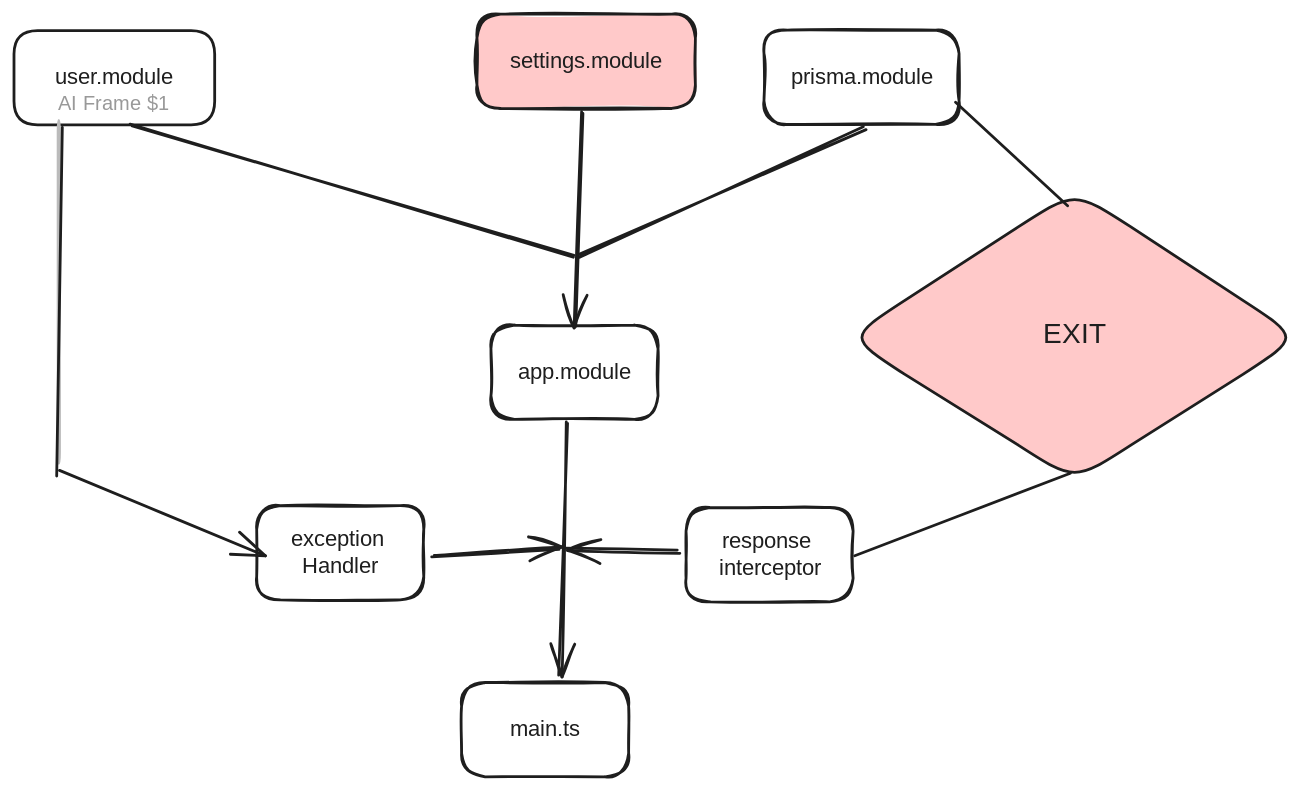
The Excalidraw diagram apps/sample/docs/flowgrams/workflow.excalidraw.svg in rumsan/libraries, before a commit. Source tidied: one line per element, renumbered; positions are measured from the earlier drawing's top-left corner, leaving out a move shared by most shapes. Source of this version:
```json
{"id": 0, "type": "rectangle", "strokeColor": "#1e1e1e", "strokeWidth": 2, "roughness": 0, "round": true, "x": 0, "y": 12, "width": 143, "height": 67}
{"id": 1, "type": "text", "text": "user.module", "strokeColor": "#1e1e1e", "strokeWidth": 2, "roughness": 1, "fontSize": 16, "fontFamily": 3, "textAlign": "center", "verticalAlign": "middle", "inside": 0, "x": 29, "y": 36, "width": 86, "height": 19}
{"id": 2, "type": "rectangle", "strokeColor": "#1e1e1e", "strokeWidth": 2, "roughness": 1, "round": true, "x": 320, "y": 477, "width": 119, "height": 67}
{"id": 3, "type": "text", "text": "main.ts", "strokeColor": "#1e1e1e", "strokeWidth": 2, "roughness": 1, "fontSize": 16, "fontFamily": 3, "textAlign": "center", "verticalAlign": "middle", "inside": 2, "x": 354, "y": 501, "width": 51, "height": 19}
{"id": 4, "type": "rectangle", "strokeColor": "#1e1e1e", "strokeWidth": 2, "roughness": 1, "round": true, "x": 341, "y": 222, "width": 119, "height": 67}
{"id": 5, "type": "text", "text": "app.module", "strokeColor": "#1e1e1e", "strokeWidth": 2, "roughness": 1, "fontSize": 16, "fontFamily": 3, "textAlign": "center", "verticalAlign": "middle", "inside": 4, "x": 358, "y": 246, "width": 84, "height": 19}
{"id": 6, "type": "rectangle", "strokeColor": "#1e1e1e", "strokeWidth": 2, "roughness": 1, "round": true, "x": 480, "y": 352, "width": 119, "height": 67}
{"id": 7, "type": "text", "text": "response \ninterceptor", "strokeColor": "#1e1e1e", "strokeWidth": 2, "roughness": 1, "fontSize": 16, "fontFamily": 3, "textAlign": "center", "verticalAlign": "middle", "inside": 6, "x": 501, "y": 367, "width": 77, "height": 38}
{"id": 8, "type": "rectangle", "strokeColor": "#1e1e1e", "strokeWidth": 2, "roughness": 1, "round": true, "x": 173, "y": 351, "width": 119, "height": 67}
{"id": 9, "type": "text", "text": "exception \nHandler", "strokeColor": "#1e1e1e", "strokeWidth": 2, "roughness": 1, "fontSize": 16, "fontFamily": 3, "textAlign": "center", "verticalAlign": "middle", "inside": 8, "x": 197, "y": 365, "width": 73, "height": 38}
{"id": 10, "type": "rectangle", "strokeColor": "#1e1e1e", "backgroundColor": "#ffc9c9", "fillStyle": "solid", "strokeWidth": 2, "roughness": 1, "round": true, "x": 331, "y": 0, "width": 156, "height": 67}
{"id": 11, "type": "text", "text": "settings.module", "strokeColor": "#1e1e1e", "strokeWidth": 2, "roughness": 1, "fontSize": 16, "fontFamily": 3, "textAlign": "center", "verticalAlign": "middle", "inside": 10, "x": 338, "y": 24, "width": 141, "height": 19}
{"id": 12, "type": "rectangle", "strokeColor": "#1e1e1e", "strokeWidth": 2, "roughness": 1, "round": true, "x": 536, "y": 11, "width": 139, "height": 67}
{"id": 13, "type": "text", "text": "prisma.module", "strokeColor": "#1e1e1e", "strokeWidth": 2, "roughness": 1, "fontSize": 16, "fontFamily": 3, "textAlign": "center", "verticalAlign": "middle", "inside": 12, "x": 553, "y": 35, "width": 105, "height": 19}
{"id": 14, "type": "arrow", "strokeColor": "#1e1e1e", "strokeWidth": 2, "roughness": 1, "round": true, "from": 0, "x": 85, "y": 80, "width": 314, "height": 92, "points": [[0, 0], [314, 92]]}
{"id": 15, "type": "arrow", "strokeColor": "#1e1e1e", "strokeWidth": 2, "roughness": 1, "endArrowhead": "arrow", "round": true, "from": 10, "x": 405, "y": 71, "width": 4, "height": 153, "points": [[0, 0], [-4, 153]]}
{"id": 16, "type": "arrow", "strokeColor": "#1e1e1e", "strokeWidth": 2, "roughness": 1, "round": true, "from": 12, "x": 607, "y": 81, "width": 204, "height": 92, "points": [[0, 0], [-204, 92]]}
{"id": 17, "type": "arrow", "strokeColor": "#1e1e1e", "strokeWidth": 2, "roughness": 1, "endArrowhead": "arrow", "round": true, "from": 4, "to": 2, "x": 394, "y": 292, "width": 5, "height": 181, "points": [[0, 0], [-5, 181]]}
{"id": 18, "type": "arrow", "strokeColor": "#1e1e1e", "strokeWidth": 2, "roughness": 1, "endArrowhead": "arrow", "round": true, "from": 6, "x": 474, "y": 383, "width": 81, "height": 2, "points": [[0, 0], [-81, -2]]}
{"id": 19, "type": "arrow", "strokeColor": "#1e1e1e", "strokeWidth": 2, "roughness": 1, "endArrowhead": "arrow", "round": true, "from": 8, "x": 299, "y": 388, "width": 91, "height": 6, "points": [[0, 0], [91, -6]]}
{"id": 20, "type": "diamond", "strokeColor": "#1e1e1e", "backgroundColor": "#ffc9c9", "fillStyle": "solid", "strokeWidth": 2, "roughness": 0, "round": true, "x": 596, "y": 126, "width": 323, "height": 208}
{"id": 21, "type": "magicframe", "strokeColor": "#bbb", "strokeWidth": 2, "roughness": 0, "x": 32, "y": 76, "width": 1, "height": 245}
{"id": 22, "type": "arrow", "strokeColor": "#1e1e1e", "backgroundColor": "#ffc9c9", "fillStyle": "solid", "strokeWidth": 2, "roughness": 0, "endArrowhead": "arrow", "round": true, "from": 21, "x": 33, "y": 326, "width": 147, "height": 61, "points": [[0, 0], [147, 61]]}
{"id": 23, "type": "text", "text": "EXIT", "strokeColor": "#1e1e1e", "backgroundColor": "#ffc9c9", "fillStyle": "solid", "strokeWidth": 2, "roughness": 0, "fontSize": 20, "fontFamily": 1, "textAlign": "center", "verticalAlign": "middle", "inside": 20, "x": 731, "y": 217, "width": 52, "height": 25}
{"id": 24, "type": "line", "strokeColor": "#1e1e1e", "backgroundColor": "#ffc9c9", "fillStyle": "solid", "strokeWidth": 2, "roughness": 0, "round": true, "x": 673, "y": 63, "width": 80, "height": 74, "points": [[0, 0], [80, 74]]}
{"id": 25, "type": "line", "strokeColor": "#1e1e1e", "backgroundColor": "#ffc9c9", "fillStyle": "solid", "strokeWidth": 2, "roughness": 0, "round": true, "x": 755, "y": 328, "width": 154, "height": 59, "points": [[0, 0], [-154, 59]]}
{"id": 26, "type": "line", "strokeColor": "#1e1e1e", "backgroundColor": "#ffc9c9", "fillStyle": "solid", "strokeWidth": 2, "roughness": 0, "round": true, "x": 35, "y": 81, "width": 4, "height": 249, "points": [[0, 0], [-4, 249]]}
```
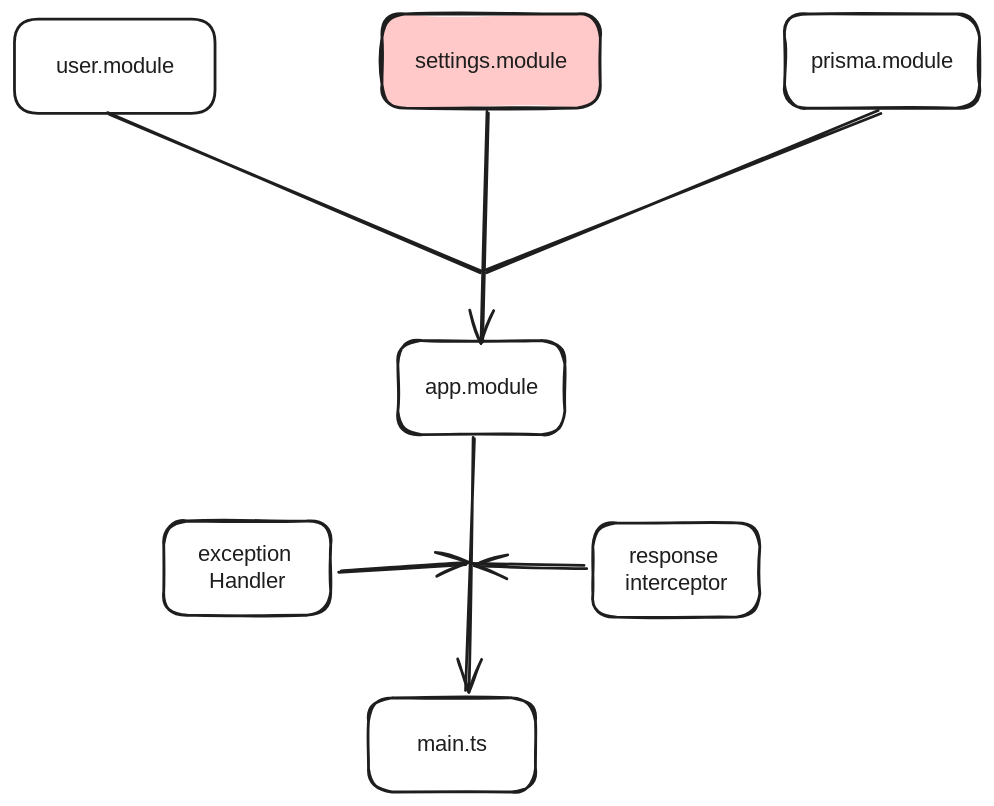
Later version of the same file.

Diff of the diagram source:
```diff
@@ -1,5 +1,5 @@
-{"id": 0, "type": "rectangle", "strokeColor": "#1e1e1e", "strokeWidth": 2, "roughness": 0, "round": true, "x": 0, "y": 12, "width": 143, "height": 67}
+{"id": 0, "type": "rectangle", "strokeColor": "#1e1e1e", "strokeWidth": 2, "roughness": 0, "round": true, "x": 67, "y": -8, "width": 143, "height": 67}
-{"id": 1, "type": "text", "text": "user.module", "strokeColor": "#1e1e1e", "strokeWidth": 2, "roughness": 1, "fontSize": 16, "fontFamily": 3, "textAlign": "center", "verticalAlign": "middle", "inside": 0, "x": 29, "y": 36, "width": 86, "height": 19}
+{"id": 1, "type": "text", "text": "user.module", "strokeColor": "#1e1e1e", "strokeWidth": 2, "roughness": 1, "fontSize": 16, "fontFamily": 3, "textAlign": "center", "verticalAlign": "middle", "inside": 0, "x": 95, "y": 16, "width": 86, "height": 19}
 {"id": 2, "type": "rectangle", "strokeColor": "#1e1e1e", "strokeWidth": 2, "roughness": 1, "round": true, "x": 320, "y": 477, "width": 119, "height": 67}
 {"id": 3, "type": "text", "text": "main.ts", "strokeColor": "#1e1e1e", "strokeWidth": 2, "roughness": 1, "fontSize": 16, "fontFamily": 3, "textAlign": "center", "verticalAlign": "middle", "inside": 2, "x": 354, "y": 501, "width": 51, "height": 19}
 {"id": 4, "type": "rectangle", "strokeColor": "#1e1e1e", "strokeWidth": 2, "roughness": 1, "round": true, "x": 341, "y": 222, "width": 119, "height": 67}
@@ -8,20 +8,13 @@
 {"id": 7, "type": "text", "text": "response \ninterceptor", "strokeColor": "#1e1e1e", "strokeWidth": 2, "roughness": 1, "fontSize": 16, "fontFamily": 3, "textAlign": "center", "verticalAlign": "middle", "inside": 6, "x": 501, "y": 367, "width": 77, "height": 38}
 {"id": 8, "type": "rectangle", "strokeColor": "#1e1e1e", "strokeWidth": 2, "roughness": 1, "round": true, "x": 173, "y": 351, "width": 119, "height": 67}
 {"id": 9, "type": "text", "text": "exception \nHandler", "strokeColor": "#1e1e1e", "strokeWidth": 2, "roughness": 1, "fontSize": 16, "fontFamily": 3, "textAlign": "center", "verticalAlign": "middle", "inside": 8, "x": 197, "y": 365, "width": 73, "height": 38}
-{"id": 10, "type": "rectangle", "strokeColor": "#1e1e1e", "backgroundColor": "#ffc9c9", "fillStyle": "solid", "strokeWidth": 2, "roughness": 1, "round": true, "x": 331, "y": 0, "width": 156, "height": 67}
+{"id": 10, "type": "rectangle", "strokeColor": "#1e1e1e", "backgroundColor": "#ffc9c9", "fillStyle": "solid", "strokeWidth": 2, "roughness": 1, "round": true, "x": 329, "y": -11, "width": 156, "height": 67}
-{"id": 11, "type": "text", "text": "settings.module", "strokeColor": "#1e1e1e", "strokeWidth": 2, "roughness": 1, "fontSize": 16, "fontFamily": 3, "textAlign": "center", "verticalAlign": "middle", "inside": 10, "x": 338, "y": 24, "width": 141, "height": 19}
+{"id": 11, "type": "text", "text": "settings.module", "strokeColor": "#1e1e1e", "strokeWidth": 2, "roughness": 1, "fontSize": 16, "fontFamily": 3, "textAlign": "center", "verticalAlign": "middle", "inside": 10, "x": 337, "y": 13, "width": 141, "height": 19}
-{"id": 12, "type": "rectangle", "strokeColor": "#1e1e1e", "strokeWidth": 2, "roughness": 1, "round": true, "x": 536, "y": 11, "width": 139, "height": 67}
+{"id": 12, "type": "rectangle", "strokeColor": "#1e1e1e", "strokeWidth": 2, "roughness": 1, "round": true, "x": 617, "y": -11, "width": 139, "height": 67}
-{"id": 13, "type": "text", "text": "prisma.module", "strokeColor": "#1e1e1e", "strokeWidth": 2, "roughness": 1, "fontSize": 16, "fontFamily": 3, "textAlign": "center", "verticalAlign": "middle", "inside": 12, "x": 553, "y": 35, "width": 105, "height": 19}
+{"id": 13, "type": "text", "text": "prisma.module", "strokeColor": "#1e1e1e", "strokeWidth": 2, "roughness": 1, "fontSize": 16, "fontFamily": 3, "textAlign": "center", "verticalAlign": "middle", "inside": 12, "x": 634, "y": 13, "width": 105, "height": 19}
-{"id": 14, "type": "arrow", "strokeColor": "#1e1e1e", "strokeWidth": 2, "roughness": 1, "round": true, "from": 0, "x": 85, "y": 80, "width": 314, "height": 92, "points": [[0, 0], [314, 92]]}
+{"id": 14, "type": "arrow", "strokeColor": "#1e1e1e", "strokeWidth": 2, "roughness": 1, "round": true, "from": 0, "x": 135, "y": 61, "width": 264, "height": 112, "points": [[0, 0], [264, 112]]}
-{"id": 15, "type": "arrow", "strokeColor": "#1e1e1e", "strokeWidth": 2, "roughness": 1, "endArrowhead": "arrow", "round": true, "from": 10, "x": 405, "y": 71, "width": 4, "height": 153, "points": [[0, 0], [-4, 153]]}
+{"id": 15, "type": "arrow", "strokeColor": "#1e1e1e", "strokeWidth": 2, "roughness": 1, "endArrowhead": "arrow", "round": true, "from": 10, "x": 404, "y": 60, "width": 3, "height": 164, "points": [[0, 0], [-3, 164]]}
-{"id": 16, "type": "arrow", "strokeColor": "#1e1e1e", "strokeWidth": 2, "roughness": 1, "round": true, "from": 12, "x": 607, "y": 81, "width": 204, "height": 92, "points": [[0, 0], [-204, 92]]}
+{"id": 16, "type": "arrow", "strokeColor": "#1e1e1e", "strokeWidth": 2, "roughness": 1, "round": true, "from": 12, "x": 684, "y": 59, "width": 281, "height": 115, "points": [[0, 0], [-281, 115]]}
 {"id": 17, "type": "arrow", "strokeColor": "#1e1e1e", "strokeWidth": 2, "roughness": 1, "endArrowhead": "arrow", "round": true, "from": 4, "to": 2, "x": 394, "y": 292, "width": 5, "height": 181, "points": [[0, 0], [-5, 181]]}
 {"id": 18, "type": "arrow", "strokeColor": "#1e1e1e", "strokeWidth": 2, "roughness": 1, "endArrowhead": "arrow", "round": true, "from": 6, "x": 474, "y": 383, "width": 81, "height": 2, "points": [[0, 0], [-81, -2]]}
 {"id": 19, "type": "arrow", "strokeColor": "#1e1e1e", "strokeWidth": 2, "roughness": 1, "endArrowhead": "arrow", "round": true, "from": 8, "x": 299, "y": 388, "width": 91, "height": 6, "points": [[0, 0], [91, -6]]}
-{"id": 20, "type": "diamond", "strokeColor": "#1e1e1e", "backgroundColor": "#ffc9c9", "fillStyle": "solid", "strokeWidth": 2, "roughness": 0, "round": true, "x": 596, "y": 126, "width": 323, "height": 208}
-{"id": 21, "type": "magicframe", "strokeColor": "#bbb", "strokeWidth": 2, "roughness": 0, "x": 32, "y": 76, "width": 1, "height": 245}
-{"id": 22, "type": "arrow", "strokeColor": "#1e1e1e", "backgroundColor": "#ffc9c9", "fillStyle": "solid", "strokeWidth": 2, "roughness": 0, "endArrowhead": "arrow", "round": true, "from": 21, "x": 33, "y": 326, "width": 147, "height": 61, "points": [[0, 0], [147, 61]]}
-{"id": 23, "type": "text", "text": "EXIT", "strokeColor": "#1e1e1e", "backgroundColor": "#ffc9c9", "fillStyle": "solid", "strokeWidth": 2, "roughness": 0, "fontSize": 20, "fontFamily": 1, "textAlign": "center", "verticalAlign": "middle", "inside": 20, "x": 731, "y": 217, "width": 52, "height": 25}
-{"id": 24, "type": "line", "strokeColor": "#1e1e1e", "backgroundColor": "#ffc9c9", "fillStyle": "solid", "strokeWidth": 2, "roughness": 0, "round": true, "x": 673, "y": 63, "width": 80, "height": 74, "points": [[0, 0], [80, 74]]}
-{"id": 25, "type": "line", "strokeColor": "#1e1e1e", "backgroundColor": "#ffc9c9", "fillStyle": "solid", "strokeWidth": 2, "roughness": 0, "round": true, "x": 755, "y": 328, "width": 154, "height": 59, "points": [[0, 0], [-154, 59]]}
-{"id": 26, "type": "line", "strokeColor": "#1e1e1e", "backgroundColor": "#ffc9c9", "fillStyle": "solid", "strokeWidth": 2, "roughness": 0, "round": true, "x": 35, "y": 81, "width": 4, "height": 249, "points": [[0, 0], [-4, 249]]}
```
